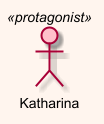
The PlantUML diagram Kairos/kairos.png in olek3/reading, before a commit.
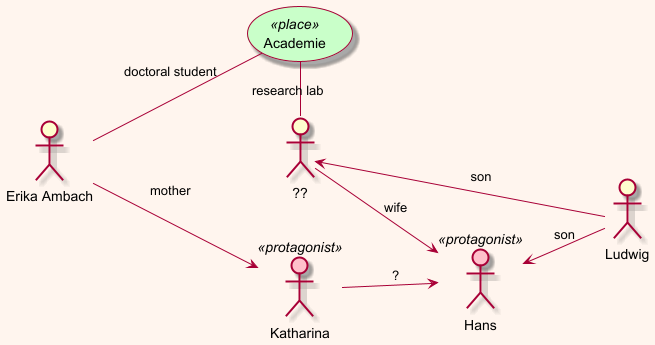
After the change.

Commit message:
первый вечер

What changed in the source:
```diff
@@ -5,6 +5,31 @@
 !include $stylePath/reading.iuml
 
 
-actor Katharina <<protagonist>>
+actor Katharina as kat <<protagonist>>
+
+actor Hans as hans <<protagonist>>
+
+kat --> hans : ?
+
+
+
+:Erika Ambach: as erika
+
+erika --> kat : mother
+
+(Academie) as academy <<place>>
+
+erika -- academy : doctoral student
+
+:??: as wife
+
+wife --> hans : wife
+
+academy - wife  : research lab
+
+:Ludwig: as ludwig
+
+hans <-- ludwig  : son
+wife <-- ludwig  : son
 
 @enduml
```
